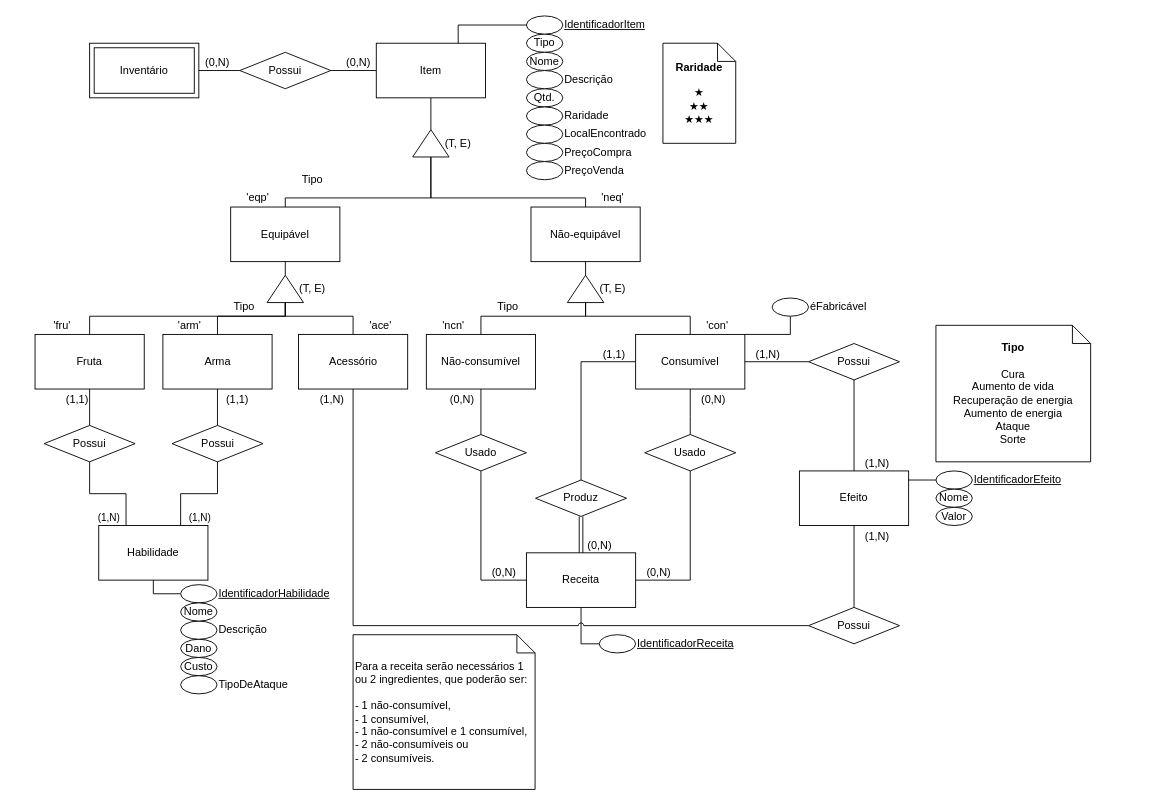
Earlier version of the draw.io diagram docs/assets/drawio/diagrama-entidade-relacionamento-item.drawio (SBD1/2025.1-Marventura). Source tidied: cells renumbered, new cells numbered last; positions are measured from the earlier drawing's top-left corner, leaving out a move shared by most shapes. Both pictures are drawn from the tidied source at 91%, with x=0, y=0 at pixel (35, 15).
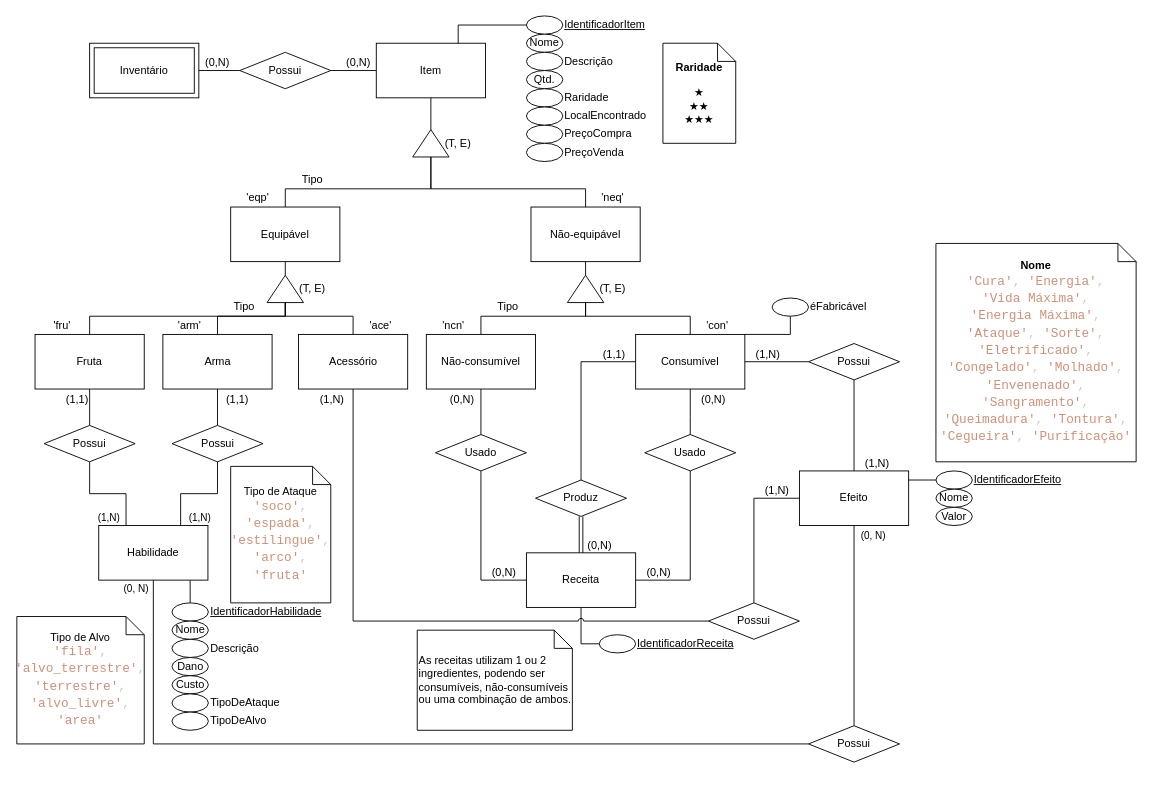
The same page after the edit.

Commit message (it also covers changes not shown here):
Atualiza diagrama de itens A principal alteração está em habilidade, que agora também aplica efeito.

The change refers to these unchanged cells:
```xml
<mxCell id="6" style="triangle;whiteSpace=wrap;html=1;rotation=-90;fillColor=none;rounded=0;shadow=0;" parent="1" vertex="1">
  <mxGeometry x="420" y="120" width="30" height="40" as="geometry" />
</mxCell>
<mxCell id="8" value="Equipável" style="rounded=0;whiteSpace=wrap;html=1;" parent="1" vertex="1">
  <mxGeometry x="215" y="210" width="120" height="60" as="geometry" />
</mxCell>
<mxCell id="9" value="Não-equipável" style="rounded=0;whiteSpace=wrap;html=1;" parent="1" vertex="1">
  <mxGeometry x="545" y="210" width="120" height="60" as="geometry" />
</mxCell>
<mxCell id="39" value="Efeito" style="rounded=0;whiteSpace=wrap;html=1;" parent="1" vertex="1">
  <mxGeometry x="840" y="500" width="120" height="60" as="geometry" />
</mxCell>
<mxCell id="62" style="endArrow=none;html=1;rounded=0;entryX=0;entryY=0.5;entryDx=0;entryDy=0;edgeStyle=orthogonalEdgeStyle;exitX=0.5;exitY=1;exitDx=0;exitDy=0;jumpStyle=arc;" parent="1" edge="1" source="27" target="38">
  <mxGeometry relative="1" as="geometry" />
</mxCell>
<mxCell id="100" value="Habilidade" style="rounded=0;whiteSpace=wrap;html=1;" parent="1" vertex="1">
  <mxGeometry x="70" y="560" width="120" height="60" as="geometry" />
</mxCell>
```

Diff of the diagram source:
```diff
@@
     <mxCell id="2" value="Qtd." style="ellipse;whiteSpace=wrap;html=1;" parent="1" vertex="1">
-      <mxGeometry x="540" y="80" width="40" height="20" as="geometry" />
+      <mxGeometry x="540" y="60" width="40" height="20" as="geometry" />
     </mxCell>
@@
     <mxCell id="4" style="edgeStyle=orthogonalEdgeStyle;rounded=0;jettySize=auto;html=1;exitX=0;exitY=0.5;exitDx=0;exitDy=0;entryX=0.5;entryY=0;entryDx=0;entryDy=0;endArrow=none;endFill=0;" parent="1" edge="1" source="6" target="8">
       <mxGeometry relative="1" as="geometry">
         <Array as="points">
-          <mxPoint x="435" y="200" />
-          <mxPoint x="275" y="200" />
+          <mxPoint x="435" y="190" />
+          <mxPoint x="275" y="190" />
         </Array>
       </mxGeometry>
     </mxCell>
     <mxCell id="5" style="edgeStyle=orthogonalEdgeStyle;rounded=0;jettySize=auto;html=1;exitX=0;exitY=0.5;exitDx=0;exitDy=0;entryX=0.5;entryY=0;entryDx=0;entryDy=0;endArrow=none;endFill=0;" parent="1" edge="1" source="6" target="9">
       <mxGeometry relative="1" as="geometry">
         <Array as="points">
-          <mxPoint x="435" y="200" />
-          <mxPoint x="605" y="200" />
+          <mxPoint x="435" y="190" />
+          <mxPoint x="605" y="190" />
         </Array>
       </mxGeometry>
     </mxCell>
@@
-    <mxCell id="12" value="Tipo" style="ellipse;whiteSpace=wrap;html=1;fontStyle=0;" parent="1" vertex="1">
-      <mxGeometry x="540" y="20" width="40" height="20" as="geometry" />
-    </mxCell>
     <mxCell id="13" value="Nome" style="ellipse;whiteSpace=wrap;html=1;" parent="1" vertex="1">
-      <mxGeometry x="540" y="40" width="40" height="20" as="geometry" />
+      <mxGeometry x="540" y="20" width="40" height="20" as="geometry" />
     </mxCell>
@@
     <mxCell id="38" value="Possui" style="rhombus;whiteSpace=wrap;html=1;" parent="1" vertex="1">
-      <mxGeometry x="850" y="650" width="100" height="40" as="geometry" />
+      <mxGeometry x="740" y="645" width="100" height="40" as="geometry" />
     </mxCell>
@@
     <mxCell id="40" value="Raridade" style="ellipse;whiteSpace=wrap;html=1;labelPosition=right;verticalLabelPosition=middle;align=left;verticalAlign=middle;" parent="1" vertex="1">
-      <mxGeometry x="540" y="100" width="40" height="20" as="geometry" />
+      <mxGeometry x="540" y="80" width="40" height="20" as="geometry" />
     </mxCell>
@@
     <mxCell id="47" value="PreçoCompra" style="ellipse;whiteSpace=wrap;html=1;align=left;labelPosition=right;verticalLabelPosition=middle;verticalAlign=middle;" parent="1" vertex="1">
-      <mxGeometry x="540" y="140" width="40" height="20" as="geometry" />
+      <mxGeometry x="540" y="120" width="40" height="20" as="geometry" />
     </mxCell>
@@
     <mxCell id="49" value="PreçoVenda" style="ellipse;whiteSpace=wrap;html=1;align=left;labelPosition=right;verticalLabelPosition=middle;verticalAlign=middle;" parent="1" vertex="1">
-      <mxGeometry x="540" y="160" width="40" height="20" as="geometry" />
+      <mxGeometry x="540" y="140" width="40" height="20" as="geometry" />
     </mxCell>
@@
-    <mxCell id="51" value="&lt;div style=&quot;&quot;&gt;&lt;span style=&quot;background-color: transparent; color: light-dark(rgb(0, 0, 0), rgb(255, 255, 255));&quot;&gt;&lt;b&gt;Tipo&lt;/b&gt;&lt;/span&gt;&lt;/div&gt;&lt;div style=&quot;&quot;&gt;&lt;span style=&quot;background-color: transparent; color: light-dark(rgb(0, 0, 0), rgb(255, 255, 255));&quot;&gt;&lt;br&gt;&lt;/span&gt;&lt;/div&gt;&lt;div&gt;Cura&lt;/div&gt;&lt;div&gt;Aumento de vida&lt;/div&gt;&lt;div&gt;Recuperação de energia&lt;/div&gt;&lt;div&gt;Aumento de energia&lt;/div&gt;&lt;div&gt;Ataque&lt;/div&gt;&lt;div&gt;Sorte&lt;/div&gt;" style="shape=note;size=20;whiteSpace=wrap;html=1;align=center;" parent="1" vertex="1">
-      <mxGeometry x="990" y="340" width="170" height="150" as="geometry" />
+    <mxCell id="51" value="&lt;div style=&quot;&quot;&gt;&lt;b&gt;Nome&lt;/b&gt;&lt;/div&gt;&lt;div style=&quot;&quot;&gt;&lt;div style=&quot;color: rgb(204, 204, 204); font-family: Consolas, &amp;quot;Courier New&amp;quot;, monospace; font-size: 14px; line-height: 19px; white-space: pre;&quot;&gt;&lt;span style=&quot;color: #ce9178;&quot;&gt;'Cura'&lt;/span&gt;, &lt;span style=&quot;color: #ce9178;&quot;&gt;'Energia'&lt;/span&gt;,&lt;/div&gt;&lt;div style=&quot;color: rgb(204, 204, 204); font-family: Consolas, &amp;quot;Courier New&amp;quot;, monospace; font-size: 14px; line-height: 19px; white-space: pre;&quot;&gt;&lt;span style=&quot;color: #ce9178;&quot;&gt;'Vida Máxima'&lt;/span&gt;,&lt;/div&gt;&lt;div style=&quot;color: rgb(204, 204, 204); font-family: Consolas, &amp;quot;Courier New&amp;quot;, monospace; font-size: 14px; line-height: 19px; white-space: pre;&quot;&gt;&lt;span style=&quot;color: #ce9178;&quot;&gt;'Energia Máxima'&lt;/span&gt;,&lt;/div&gt;&lt;div style=&quot;color: rgb(204, 204, 204); font-family: Consolas, &amp;quot;Courier New&amp;quot;, monospace; font-size: 14px; line-height: 19px; white-space: pre;&quot;&gt;&lt;span style=&quot;color: #ce9178;&quot;&gt;'Ataque'&lt;/span&gt;, &lt;span style=&quot;color: #ce9178;&quot;&gt;'Sorte'&lt;/span&gt;,&lt;/div&gt;&lt;div style=&quot;color: rgb(204, 204, 204); font-family: Consolas, &amp;quot;Courier New&amp;quot;, monospace; font-size: 14px; line-height: 19px; white-space: pre;&quot;&gt;&lt;span style=&quot;color: #ce9178;&quot;&gt;'Eletrificado'&lt;/span&gt;,&lt;/div&gt;&lt;div style=&quot;color: rgb(204, 204, 204); font-family: Consolas, &amp;quot;Courier New&amp;quot;, monospace; font-size: 14px; line-height: 19px; white-space: pre;&quot;&gt;&lt;span style=&quot;color: #ce9178;&quot;&gt;'Congelado'&lt;/span&gt;, &lt;span style=&quot;color: #ce9178;&quot;&gt;'Molhado'&lt;/span&gt;,&lt;/div&gt;&lt;div style=&quot;color: rgb(204, 204, 204); font-family: Consolas, &amp;quot;Courier New&amp;quot;, monospace; font-size: 14px; line-height: 19px; white-space: pre;&quot;&gt;&lt;span style=&quot;color: #ce9178;&quot;&gt;'Envenenado'&lt;/span&gt;,&lt;/div&gt;&lt;div style=&quot;color: rgb(204, 204, 204); font-family: Consolas, &amp;quot;Courier New&amp;quot;, monospace; font-size: 14px; line-height: 19px; white-space: pre;&quot;&gt;&lt;span style=&quot;color: #ce9178;&quot;&gt;'Sangramento'&lt;/span&gt;,&lt;/div&gt;&lt;div style=&quot;color: rgb(204, 204, 204); font-family: Consolas, &amp;quot;Courier New&amp;quot;, monospace; font-size: 14px; line-height: 19px; white-space: pre;&quot;&gt;&lt;span style=&quot;color: #ce9178;&quot;&gt;'Queimadura'&lt;/span&gt;, &lt;span style=&quot;color: #ce9178;&quot;&gt;'Tontura'&lt;/span&gt;,&lt;/div&gt;&lt;div style=&quot;color: rgb(204, 204, 204); font-family: Consolas, &amp;quot;Courier New&amp;quot;, monospace; font-size: 14px; line-height: 19px; white-space: pre;&quot;&gt;&lt;span style=&quot;color: #ce9178;&quot;&gt;'Cegueira'&lt;/span&gt;, &lt;span style=&quot;color: #ce9178;&quot;&gt;'Purificação'&lt;/span&gt;&lt;/div&gt;&lt;/div&gt;" style="shape=note;size=20;html=1;align=center;whiteSpace=wrap;gradientColor=none;fillStyle=solid;labelBackgroundColor=none;" parent="1" vertex="1">
+      <mxGeometry x="990" y="250" width="220" height="240" as="geometry" />
     </mxCell>
@@
     <mxCell id="63" value="(1,N&lt;span style=&quot;background-color: transparent; color: light-dark(rgb(0, 0, 0), rgb(255, 255, 255));&quot;&gt;)&lt;/span&gt;" style="html=1;whiteSpace=wrap;align=right;verticalAlign=bottom;" parent="62" vertex="1">
       <mxGeometry x="1" relative="1" as="geometry">
-        <mxPoint x="-510" y="-240" as="offset" />
+        <mxPoint x="-400" y="-235" as="offset" />
       </mxGeometry>
     </mxCell>
@@
-    <mxCell id="72" style="edgeStyle=orthogonalEdgeStyle;rounded=0;jettySize=auto;html=1;exitX=0;exitY=0.5;exitDx=0;exitDy=0;entryX=0.5;entryY=1;entryDx=0;entryDy=0;endArrow=none;startFill=0;" parent="1" edge="1" source="101">
-      <mxGeometry relative="1" as="geometry">
-        <mxPoint x="130" y="620" as="targetPoint" />
-      </mxGeometry>
-    </mxCell>
@@
-    <mxCell id="88" value="&lt;div style=&quot;&quot;&gt;Para a receita serão necessários 1 ou 2 ingredientes, que poderão ser:&lt;/div&gt;&lt;div style=&quot;&quot;&gt;&lt;br&gt;&lt;/div&gt;&lt;div style=&quot;&quot;&gt;- 1 não-consumível,&lt;/div&gt;&lt;div style=&quot;&quot;&gt;- 1 consumível,&lt;/div&gt;&lt;div style=&quot;&quot;&gt;-&amp;nbsp;&lt;span style=&quot;background-color: transparent; color: light-dark(rgb(0, 0, 0), rgb(255, 255, 255));&quot;&gt;1 não-consumível e 1&amp;nbsp;&lt;/span&gt;&lt;span style=&quot;background-color: transparent; color: light-dark(rgb(0, 0, 0), rgb(255, 255, 255));&quot;&gt;consumível,&lt;/span&gt;&lt;/div&gt;&lt;div style=&quot;&quot;&gt;&lt;span style=&quot;background-color: transparent; color: light-dark(rgb(0, 0, 0), rgb(255, 255, 255));&quot;&gt;- 2&lt;/span&gt;&lt;span style=&quot;background-color: transparent; color: light-dark(rgb(0, 0, 0), rgb(255, 255, 255));&quot;&gt;&amp;nbsp;não-consumíveis ou&lt;/span&gt;&lt;/div&gt;&lt;div style=&quot;&quot;&gt;- 2 consumíveis.&lt;/div&gt;" style="shape=note;size=20;whiteSpace=wrap;html=1;align=left;" parent="1" vertex="1">
-      <mxGeometry x="349.5" y="680" width="200" height="170" as="geometry" />
+    <mxCell id="88" value="&lt;div style=&quot;&quot;&gt;As receitas utilizam 1 ou 2 ingredientes, podendo ser consumíveis, não-consumíveis ou uma combinação de ambos.&lt;/div&gt;" style="shape=note;size=20;whiteSpace=wrap;html=1;align=left;" parent="1" vertex="1">
+      <mxGeometry x="420" y="675" width="170.5" height="110" as="geometry" />
     </mxCell>
     <mxCell id="89" value="Dano" style="ellipse;whiteSpace=wrap;html=1;" parent="1" vertex="1">
-      <mxGeometry x="160" y="685" width="40" height="20" as="geometry" />
+      <mxGeometry x="150.5" y="705" width="40" height="20" as="geometry" />
     </mxCell>
@@
-    <mxCell id="92" style="endArrow=none;html=1;rounded=0;exitX=0.5;exitY=0;exitDx=0;exitDy=0;entryX=0.5;entryY=1;entryDx=0;entryDy=0;edgeStyle=orthogonalEdgeStyle;jumpStyle=arc;" parent="1" edge="1" source="38" target="39">
+    <mxCell id="92" style="endArrow=none;html=1;rounded=0;exitX=0.5;exitY=0;exitDx=0;exitDy=0;entryX=0;entryY=0.5;entryDx=0;entryDy=0;edgeStyle=orthogonalEdgeStyle;jumpStyle=arc;" parent="1" edge="1" source="38" target="39">
       <mxGeometry relative="1" as="geometry" />
     </mxCell>
     <mxCell id="93" value="(1,N&lt;span style=&quot;background-color: transparent; color: light-dark(rgb(0, 0, 0), rgb(255, 255, 255));&quot;&gt;)&lt;/span&gt;" style="html=1;whiteSpace=wrap;align=right;verticalAlign=bottom;" parent="92" vertex="1">
       <mxGeometry x="1" relative="1" as="geometry">
-        <mxPoint x="40" y="20" as="offset" />
+        <mxPoint x="-10" as="offset" />
       </mxGeometry>
     </mxCell>
@@
     <mxCell id="101" value="IdentificadorHabilidade" style="ellipse;whiteSpace=wrap;html=1;align=left;fontStyle=4;labelPosition=right;verticalLabelPosition=middle;verticalAlign=middle;" parent="1" vertex="1">
-      <mxGeometry x="160" y="625" width="40" height="20" as="geometry" />
+      <mxGeometry x="150.5" y="645" width="40" height="20" as="geometry" />
     </mxCell>
     <mxCell id="102" value="Custo" style="ellipse;whiteSpace=wrap;html=1;" parent="1" vertex="1">
-      <mxGeometry x="160" y="705" width="40" height="20" as="geometry" />
+      <mxGeometry x="150.5" y="725" width="40" height="20" as="geometry" />
     </mxCell>
     <mxCell id="103" value="Descrição" style="ellipse;whiteSpace=wrap;html=1;labelPosition=right;verticalLabelPosition=middle;align=left;verticalAlign=middle;" parent="1" vertex="1">
-      <mxGeometry x="540" y="60" width="40" height="20" as="geometry" />
+      <mxGeometry x="540" y="40" width="40" height="20" as="geometry" />
     </mxCell>
     <mxCell id="104" value="LocalEncontrado" style="ellipse;whiteSpace=wrap;html=1;labelPosition=right;verticalLabelPosition=middle;align=left;verticalAlign=middle;" parent="1" vertex="1">
-      <mxGeometry x="540" y="120" width="40" height="20" as="geometry" />
+      <mxGeometry x="540" y="100" width="40" height="20" as="geometry" />
     </mxCell>
     <mxCell id="105" value="TipoDeAtaque" style="ellipse;whiteSpace=wrap;html=1;fontStyle=0;labelPosition=right;verticalLabelPosition=middle;align=left;verticalAlign=middle;" parent="1" vertex="1">
-      <mxGeometry x="160" y="725" width="40" height="20" as="geometry" />
+      <mxGeometry x="150.5" y="745" width="40" height="20" as="geometry" />
     </mxCell>
     <mxCell id="106" value="Descrição" style="ellipse;whiteSpace=wrap;html=1;labelPosition=right;verticalLabelPosition=middle;align=left;verticalAlign=middle;" parent="1" vertex="1">
-      <mxGeometry x="160" y="665" width="40" height="20" as="geometry" />
+      <mxGeometry x="150.5" y="685" width="40" height="20" as="geometry" />
     </mxCell>
     <mxCell id="107" value="Nome" style="ellipse;whiteSpace=wrap;html=1;" parent="1" vertex="1">
-      <mxGeometry x="160" y="645" width="40" height="20" as="geometry" />
+      <mxGeometry x="150.5" y="665" width="40" height="20" as="geometry" />
     </mxCell>
+    <mxCell id="108" value="TipoDeAlvo" style="ellipse;whiteSpace=wrap;html=1;fontStyle=0;labelPosition=right;verticalLabelPosition=middle;align=left;verticalAlign=middle;" parent="1" vertex="1">
+      <mxGeometry x="150.5" y="765" width="40" height="20" as="geometry" />
+    </mxCell>
+    <mxCell id="109" style="edgeStyle=orthogonalEdgeStyle;rounded=0;jettySize=auto;html=1;exitX=0;exitY=0.5;exitDx=0;exitDy=0;entryX=0.5;entryY=1;entryDx=0;entryDy=0;endArrow=none;startFill=0;" parent="1" edge="1" source="113" target="100">
+      <mxGeometry relative="1" as="geometry" />
+    </mxCell>
+    <mxCell id="110" value="(0, N)" style="edgeLabel;html=1;align=center;verticalAlign=middle;" parent="109" vertex="1">
+      <mxGeometry x="0.87" relative="1" as="geometry">
+        <mxPoint x="-20" y="-49" as="offset" />
+      </mxGeometry>
+    </mxCell>
+    <mxCell id="111" style="edgeStyle=orthogonalEdgeStyle;rounded=0;jettySize=auto;html=1;exitX=0.5;exitY=0;exitDx=0;exitDy=0;entryX=0.5;entryY=1;entryDx=0;entryDy=0;endArrow=none;startFill=0;" parent="1" edge="1" source="113" target="39">
+      <mxGeometry relative="1" as="geometry" />
+    </mxCell>
+    <mxCell id="112" value="(0, N)" style="edgeLabel;html=1;align=center;verticalAlign=middle;" parent="111" vertex="1">
+      <mxGeometry x="0.7" y="-1" relative="1" as="geometry">
+        <mxPoint x="19" y="-23" as="offset" />
+      </mxGeometry>
+    </mxCell>
+    <mxCell id="113" value="Possui" style="rhombus;whiteSpace=wrap;html=1;" parent="1" vertex="1">
+      <mxGeometry x="850" y="780" width="100" height="40" as="geometry" />
+    </mxCell>
+    <mxCell id="114" style="edgeStyle=orthogonalEdgeStyle;rounded=0;jettySize=auto;html=1;exitX=0.5;exitY=0;exitDx=0;exitDy=0;entryX=0.837;entryY=1.006;entryDx=0;entryDy=0;entryPerimeter=0;endArrow=none;startFill=0;" parent="1" edge="1" source="101" target="100">
+      <mxGeometry relative="1" as="geometry" />
+    </mxCell>
+    <mxCell id="115" value="Tipo de Ataque&lt;div&gt;&lt;div style=&quot;color: rgb(204, 204, 204); font-family: Consolas, &amp;quot;Courier New&amp;quot;, monospace; font-size: 14px; line-height: 19px; white-space: pre;&quot;&gt;&lt;span style=&quot;color: #ce9178;&quot;&gt;'soco'&lt;/span&gt;,&lt;/div&gt;&lt;div style=&quot;color: rgb(204, 204, 204); font-family: Consolas, &amp;quot;Courier New&amp;quot;, monospace; font-size: 14px; line-height: 19px; white-space: pre;&quot;&gt;&lt;span style=&quot;color: #ce9178;&quot;&gt;'espada'&lt;/span&gt;,&lt;/div&gt;&lt;div style=&quot;color: rgb(204, 204, 204); font-family: Consolas, &amp;quot;Courier New&amp;quot;, monospace; font-size: 14px; line-height: 19px; white-space: pre;&quot;&gt;&lt;span style=&quot;color: #ce9178;&quot;&gt;'estilingue'&lt;/span&gt;,&lt;/div&gt;&lt;div style=&quot;color: rgb(204, 204, 204); font-family: Consolas, &amp;quot;Courier New&amp;quot;, monospace; font-size: 14px; line-height: 19px; white-space: pre;&quot;&gt;&lt;span style=&quot;color: #ce9178;&quot;&gt;'arco'&lt;/span&gt;,&lt;/div&gt;&lt;div style=&quot;color: rgb(204, 204, 204); font-family: Consolas, &amp;quot;Courier New&amp;quot;, monospace; font-size: 14px; line-height: 19px; white-space: pre;&quot;&gt;&lt;span style=&quot;color: #ce9178;&quot;&gt;'fruta'&lt;/span&gt;&lt;/div&gt;&lt;/div&gt;" style="shape=note;size=20;whiteSpace=wrap;html=1;labelBackgroundColor=none;" parent="1" vertex="1">
+      <mxGeometry x="215" y="495" width="110" height="150" as="geometry" />
+    </mxCell>
+    <mxCell id="116" value="Tipo de Alvo&lt;div&gt;&lt;div style=&quot;color: rgb(204, 204, 204); font-family: Consolas, &amp;quot;Courier New&amp;quot;, monospace; font-size: 14px; line-height: 19px; white-space: pre;&quot;&gt;&lt;span style=&quot;color: #ce9178;&quot;&gt;'fila'&lt;/span&gt;,&lt;/div&gt;&lt;div style=&quot;color: rgb(204, 204, 204); font-family: Consolas, &amp;quot;Courier New&amp;quot;, monospace; font-size: 14px; line-height: 19px; white-space: pre;&quot;&gt;&lt;span style=&quot;color: #ce9178;&quot;&gt;'alvo_terrestre'&lt;/span&gt;,&lt;/div&gt;&lt;div style=&quot;color: rgb(204, 204, 204); font-family: Consolas, &amp;quot;Courier New&amp;quot;, monospace; font-size: 14px; line-height: 19px; white-space: pre;&quot;&gt;&lt;span style=&quot;color: #ce9178;&quot;&gt;'terrestre'&lt;/span&gt;,&lt;/div&gt;&lt;div style=&quot;color: rgb(204, 204, 204); font-family: Consolas, &amp;quot;Courier New&amp;quot;, monospace; font-size: 14px; line-height: 19px; white-space: pre;&quot;&gt;&lt;span style=&quot;color: #ce9178;&quot;&gt;'alvo_livre'&lt;/span&gt;,&lt;/div&gt;&lt;div style=&quot;color: rgb(204, 204, 204); font-family: Consolas, &amp;quot;Courier New&amp;quot;, monospace; font-size: 14px; line-height: 19px; white-space: pre;&quot;&gt;&lt;span style=&quot;color: #ce9178;&quot;&gt;'area'&lt;/span&gt;&lt;/div&gt;&lt;/div&gt;" style="shape=note;size=20;whiteSpace=wrap;html=1;labelBackgroundColor=none;" parent="1" vertex="1">
+      <mxGeometry x="-20" y="660" width="140" height="140" as="geometry" />
+    </mxCell>
```
